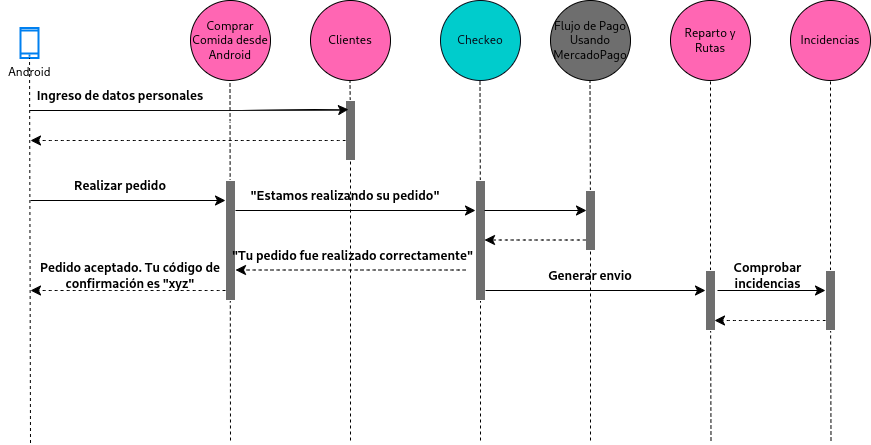
Earlier version of the draw.io export docs/decisions/iteracion_1/Diagrama-secuencia-inicial.png (JuanX-M/TPE-Grupo9). Source tidied: cells renumbered, new cells last; positions are measured from the earlier drawing's top-left corner, leaving out a move shared by most shapes.
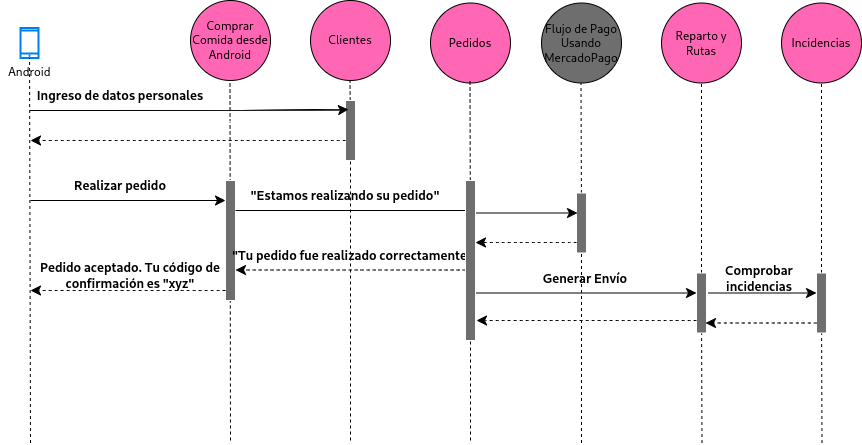
Later version of the same file.

What changed in the source:
```diff
@@ -1,4 +1,4 @@
-<mxGraphModel>
+<mxGraphModel background="#ffffff">
   <root>
     <mxCell id="0" />
     <mxCell id="1" parent="0" />
@@ -9,16 +9,13 @@
       <mxGeometry x="190" width="80" height="80" as="geometry" />
     </mxCell>
     <mxCell id="4" value="Incidencias" style="ellipse;whiteSpace=wrap;html=1;fillColor=#ff66b3;gradientColor=none;fontColor=#000000;strokeColor=#000000;" parent="1" vertex="1">
-      <mxGeometry x="790" width="80" height="80" as="geometry" />
+      <mxGeometry x="781" y="2.5" width="80" height="80" as="geometry" />
     </mxCell>
     <mxCell id="5" value="Reparto y Rutas" style="ellipse;whiteSpace=wrap;html=1;fillColor=#ff66b3;gradientColor=none;fontColor=#000000;strokeColor=#000000;" parent="1" vertex="1">
-      <mxGeometry x="670" width="80" height="80" as="geometry" />
+      <mxGeometry x="661" y="2.5" width="80" height="80" as="geometry" />
     </mxCell>
-    <mxCell id="6" value="Checkeo" style="ellipse;whiteSpace=wrap;html=1;fillColor=#00CCCC;gradientColor=none;fontColor=#070C19;strokeColor=#070C19;" parent="1" vertex="1">
-      <mxGeometry x="440" width="80" height="80" as="geometry" />
-    </mxCell>
     <mxCell id="7" value="Flujo de Pago Usando MercadoPago" style="ellipse;whiteSpace=wrap;html=1;fillColor=#6E6E6E;gradientColor=none;fontColor=#000000;strokeColor=#000000;" parent="1" vertex="1">
-      <mxGeometry x="550" width="80" height="80" as="geometry" />
+      <mxGeometry x="541" y="2.5" width="80" height="80" as="geometry" />
     </mxCell>
     <mxCell id="8" value="Android&lt;div&gt;&lt;br&gt;&lt;/div&gt;" style="html=1;verticalLabelPosition=bottom;align=center;labelBackgroundColor=#ffffff;verticalAlign=top;strokeWidth=2;strokeColor=#0080F0;shadow=0;dashed=0;shape=mxgraph.ios7.icons.smartphone;" parent="1" vertex="1">
       <mxGeometry x="20" y="27.5" width="18" height="30" as="geometry" />
@@ -39,24 +36,19 @@
         <mxPoint x="349.5" y="80" as="targetPoint" />
       </mxGeometry>
     </mxCell>
-    <mxCell id="12" style="endArrow=none;dashed=1;html=1;rounded=0;" parent="1" edge="1" source="28">
-      <mxGeometry relative="1" as="geometry">
-        <mxPoint x="479.5" y="80" as="targetPoint" />
-      </mxGeometry>
-    </mxCell>
     <mxCell id="13" style="endArrow=none;dashed=1;html=1;rounded=0;" parent="1" edge="1" source="31">
       <mxGeometry relative="1" as="geometry">
-        <mxPoint x="589.5" y="80" as="targetPoint" />
+        <mxPoint x="580.5" y="82.5" as="targetPoint" />
       </mxGeometry>
     </mxCell>
     <mxCell id="14" style="endArrow=none;dashed=1;html=1;rounded=0;" parent="1" edge="1" source="39">
       <mxGeometry relative="1" as="geometry">
-        <mxPoint x="710" y="80" as="targetPoint" />
+        <mxPoint x="701" y="82.5" as="targetPoint" />
       </mxGeometry>
     </mxCell>
     <mxCell id="15" style="endArrow=none;dashed=1;html=1;rounded=0;" parent="1" edge="1" source="41">
       <mxGeometry relative="1" as="geometry">
-        <mxPoint x="830" y="80" as="targetPoint" />
+        <mxPoint x="821" y="82.5" as="targetPoint" />
       </mxGeometry>
     </mxCell>
     <mxCell id="16" style="endArrow=none;dashed=1;html=1;rounded=0;" parent="1" edge="1" target="17">
@@ -110,14 +102,6 @@
     <mxCell id="26" value="Realizar pedido" style="text;html=1;align=center;verticalAlign=middle;whiteSpace=wrap;rounded=0;fontSize=13;fontStyle=1;" parent="1" vertex="1">
       <mxGeometry y="170" width="240" height="30" as="geometry" />
     </mxCell>
-    <mxCell id="27" style="endArrow=none;dashed=1;html=1;rounded=0;" parent="1" edge="1" target="28">
-      <mxGeometry relative="1" as="geometry">
-        <mxPoint x="480" y="440" as="sourcePoint" />
-      </mxGeometry>
-    </mxCell>
-    <mxCell id="28" style="rounded=0;whiteSpace=wrap;html=1;direction=south;gradientColor=none;fillColor=#6E6E6E;strokeColor=#FFFFFF;" parent="1" vertex="1">
-      <mxGeometry x="475" y="180" width="10" height="120" as="geometry" />
-    </mxCell>
     <mxCell id="29" style="endArrow=classic;html=1;rounded=0;fontSize=12;startSize=8;endSize=8;curved=1;entryX=0.25;entryY=1;entryDx=0;entryDy=0;" parent="1" edge="1">
       <mxGeometry relative="1" as="geometry">
         <mxPoint x="235" y="210" as="sourcePoint" />
@@ -126,22 +110,22 @@
     </mxCell>
     <mxCell id="30" style="endArrow=none;dashed=1;html=1;rounded=0;" parent="1" edge="1" target="31">
       <mxGeometry relative="1" as="geometry">
-        <mxPoint x="590" y="440" as="sourcePoint" />
+        <mxPoint x="581" y="442.5" as="sourcePoint" />
       </mxGeometry>
     </mxCell>
     <mxCell id="31" style="rounded=0;whiteSpace=wrap;html=1;direction=south;gradientColor=none;fillColor=#6E6E6E;strokeColor=#FFFFFF;" parent="1" vertex="1">
-      <mxGeometry x="585" y="190" width="10" height="60" as="geometry" />
+      <mxGeometry x="576" y="192.5" width="10" height="60" as="geometry" />
     </mxCell>
     <mxCell id="32" style="endArrow=classic;html=1;rounded=0;fontSize=12;startSize=8;endSize=8;curved=1;" parent="1" edge="1">
       <mxGeometry relative="1" as="geometry">
-        <mxPoint x="484" y="210" as="sourcePoint" />
-        <mxPoint x="586" y="210" as="targetPoint" />
+        <mxPoint x="475" y="212.5" as="sourcePoint" />
+        <mxPoint x="577" y="212.5" as="targetPoint" />
       </mxGeometry>
     </mxCell>
     <mxCell id="33" style="endArrow=classic;html=1;rounded=0;fontSize=12;startSize=8;endSize=8;curved=1;dashed=1;" parent="1" edge="1">
       <mxGeometry relative="1" as="geometry">
-        <mxPoint x="585" y="239.5" as="sourcePoint" />
-        <mxPoint x="484" y="239.5" as="targetPoint" />
+        <mxPoint x="576" y="242" as="sourcePoint" />
+        <mxPoint x="475" y="242" as="targetPoint" />
       </mxGeometry>
     </mxCell>
     <mxCell id="34" style="endArrow=classic;html=1;rounded=0;fontSize=12;startSize=8;endSize=8;curved=1;entryX=0.25;entryY=1;entryDx=0;entryDy=0;dashed=1;" parent="1" edge="1">
@@ -158,43 +142,68 @@
     </mxCell>
     <mxCell id="37" style="endArrow=classic;html=1;rounded=0;fontSize=12;startSize=8;endSize=8;curved=1;" parent="1" edge="1">
       <mxGeometry relative="1" as="geometry">
-        <mxPoint x="485" y="290" as="sourcePoint" />
-        <mxPoint x="705" y="290" as="targetPoint" />
+        <mxPoint x="476" y="292.5" as="sourcePoint" />
+        <mxPoint x="696" y="292.5" as="targetPoint" />
       </mxGeometry>
     </mxCell>
     <mxCell id="38" style="endArrow=none;dashed=1;html=1;rounded=0;" parent="1" edge="1" target="39">
       <mxGeometry relative="1" as="geometry">
-        <mxPoint x="710.5" y="440" as="sourcePoint" />
+        <mxPoint x="701.5" y="442.5" as="sourcePoint" />
       </mxGeometry>
     </mxCell>
     <mxCell id="39" style="rounded=0;whiteSpace=wrap;html=1;direction=south;gradientColor=none;fillColor=#6E6E6E;strokeColor=#FFFFFF;" parent="1" vertex="1">
-      <mxGeometry x="705" y="270" width="10" height="60" as="geometry" />
+      <mxGeometry x="696" y="272.5" width="10" height="60" as="geometry" />
     </mxCell>
     <mxCell id="40" style="endArrow=none;dashed=1;html=1;rounded=0;" parent="1" edge="1" target="41">
       <mxGeometry relative="1" as="geometry">
-        <mxPoint x="830.5" y="440" as="sourcePoint" />
+        <mxPoint x="821.5" y="442.5" as="sourcePoint" />
       </mxGeometry>
     </mxCell>
     <mxCell id="41" style="rounded=0;whiteSpace=wrap;html=1;direction=south;gradientColor=none;fillColor=#6E6E6E;strokeColor=#FFFFFF;" parent="1" vertex="1">
-      <mxGeometry x="825" y="270" width="10" height="60" as="geometry" />
+      <mxGeometry x="816" y="272.5" width="10" height="60" as="geometry" />
     </mxCell>
     <mxCell id="42" style="endArrow=classic;html=1;rounded=0;fontSize=12;startSize=8;endSize=8;curved=1;" parent="1" edge="1">
       <mxGeometry relative="1" as="geometry">
-        <mxPoint x="717" y="290" as="sourcePoint" />
-        <mxPoint x="825" y="290" as="targetPoint" />
+        <mxPoint x="708" y="292.5" as="sourcePoint" />
+        <mxPoint x="816" y="292.5" as="targetPoint" />
       </mxGeometry>
     </mxCell>
     <mxCell id="43" style="endArrow=classic;html=1;rounded=0;fontSize=12;startSize=8;endSize=8;curved=1;dashed=1;" parent="1" edge="1">
       <mxGeometry relative="1" as="geometry">
-        <mxPoint x="825" y="320" as="sourcePoint" />
-        <mxPoint x="714" y="320" as="targetPoint" />
+        <mxPoint x="816" y="322.5" as="sourcePoint" />
+        <mxPoint x="705" y="322.5" as="targetPoint" />
       </mxGeometry>
     </mxCell>
-    <mxCell id="44" value="Generar envio" style="text;html=1;align=center;verticalAlign=middle;whiteSpace=wrap;rounded=0;fontSize=13;fontStyle=1;" parent="1" vertex="1">
-      <mxGeometry x="470" y="260" width="240" height="30" as="geometry" />
+    <mxCell id="44" value="Generar Envío" style="text;html=1;align=center;verticalAlign=middle;whiteSpace=wrap;rounded=0;fontSize=13;fontStyle=1;" parent="1" vertex="1">
+      <mxGeometry x="465" y="262.5" width="240" height="30" as="geometry" />
     </mxCell>
-    <mxCell id="45" value="Comprobar incidencias" style="text;html=1;align=center;verticalAlign=middle;whiteSpace=wrap;rounded=0;fontSize=13;fontStyle=1;" parent="1" vertex="1">
-      <mxGeometry x="710" y="260" width="115" height="30" as="geometry" />
+    <mxCell id="45" value="Comprobar incidencias" style="text;html=1;align=center;verticalAlign=middle;whiteSpace=wrap;rounded=0;fontSize=13;fontStyle=1;direction=south;" parent="1" vertex="1">
+      <mxGeometry x="743.5" y="220" width="30" height="115" as="geometry" />
     </mxCell>
+    <mxCell id="46" value="Pedidos" style="ellipse;whiteSpace=wrap;html=1;fillColor=#ff66b3;gradientColor=none;fontColor=#000000;strokeColor=#000000;" parent="1" vertex="1">
+      <mxGeometry x="430" y="2.5" width="80" height="80" as="geometry" />
+    </mxCell>
+    <mxCell id="47" style="endArrow=none;dashed=1;html=1;rounded=0;" parent="1" edge="1" source="49">
+      <mxGeometry relative="1" as="geometry">
+        <mxPoint x="469.5" y="80" as="targetPoint" />
+      </mxGeometry>
+    </mxCell>
+    <mxCell id="48" style="endArrow=none;dashed=1;html=1;rounded=0;" parent="1" edge="1" target="49">
+      <mxGeometry relative="1" as="geometry">
+        <mxPoint x="470" y="440" as="sourcePoint" />
+      </mxGeometry>
+    </mxCell>
+    <mxCell id="49" style="rounded=0;whiteSpace=wrap;html=1;direction=south;gradientColor=none;fillColor=#6E6E6E;strokeColor=#FFFFFF;" parent="1" vertex="1">
+      <mxGeometry x="465" y="180" width="10" height="160" as="geometry" />
+    </mxCell>
+    <mxCell id="50" style="endArrow=classic;html=1;rounded=0;fontSize=12;startSize=8;endSize=8;curved=1;dashed=1;" parent="1" edge="1">
+      <mxGeometry relative="1" as="geometry">
+        <mxPoint x="696" y="320" as="sourcePoint" />
+        <mxPoint x="476" y="320" as="targetPoint" />
+      </mxGeometry>
+    </mxCell>
+    <mxCell id="51" value="&lt;div&gt;&lt;br&gt;&lt;/div&gt;&lt;div&gt;&lt;br&gt;&lt;/div&gt;" style="text;html=1;align=center;verticalAlign=middle;whiteSpace=wrap;rounded=0;fontSize=13;fontStyle=1;" parent="1" vertex="1">
+      <mxGeometry x="456" y="292.5" width="240" height="30" as="geometry" />
+    </mxCell>
   </root>
 </mxGraphModel>
```
